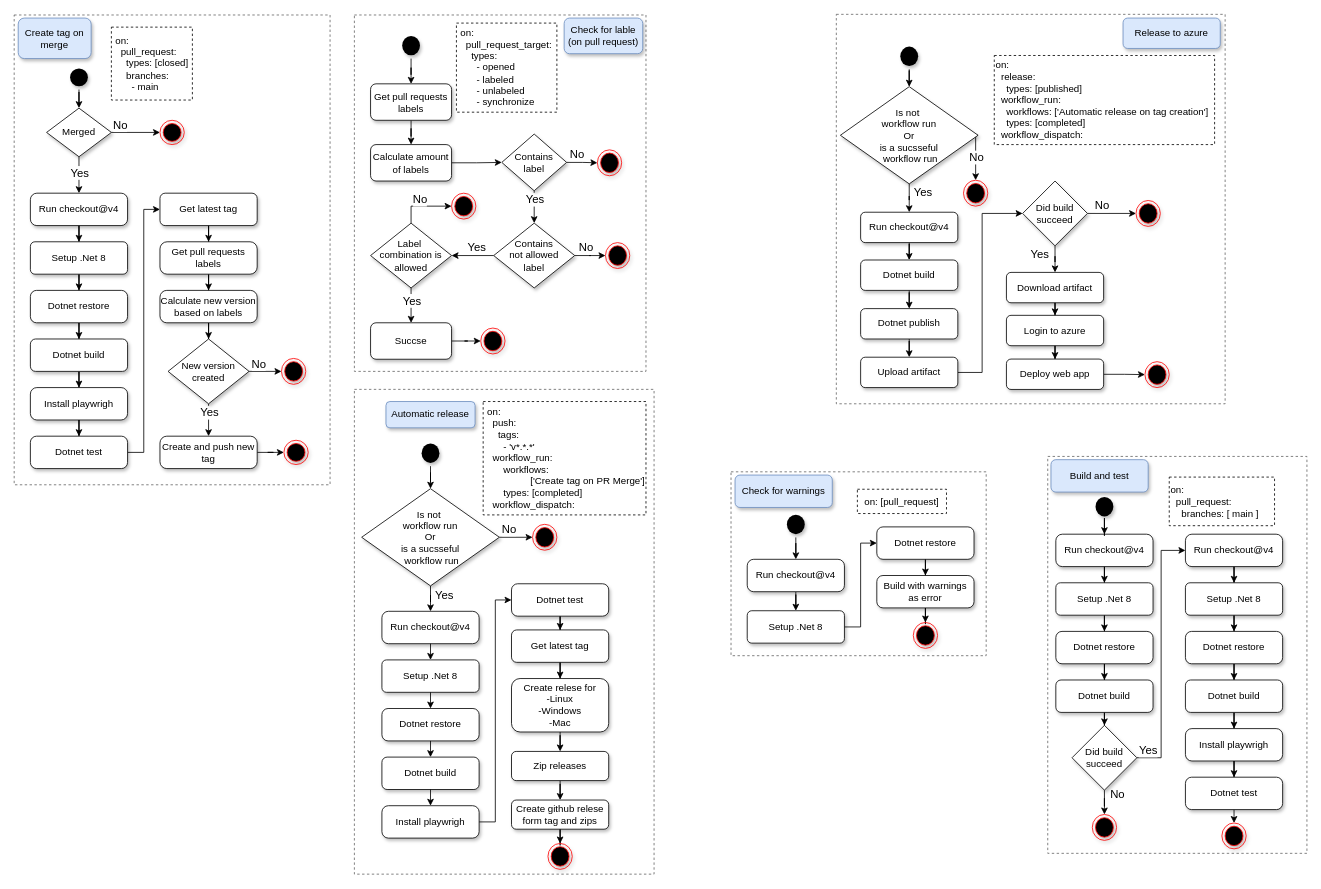
Earlier version of the draw.io diagram docs/models/GithubWorkflows/Github workflows.drawio (ITU-BDSA2024-GROUP10/Chirp). Source tidied: cells renumbered, new cells numbered last; positions are measured from the earlier drawing's top-left corner, leaving out a move shared by most shapes. Both pictures are drawn from the tidied source at 81%, with x=0, y=0 at pixel (14, 14).
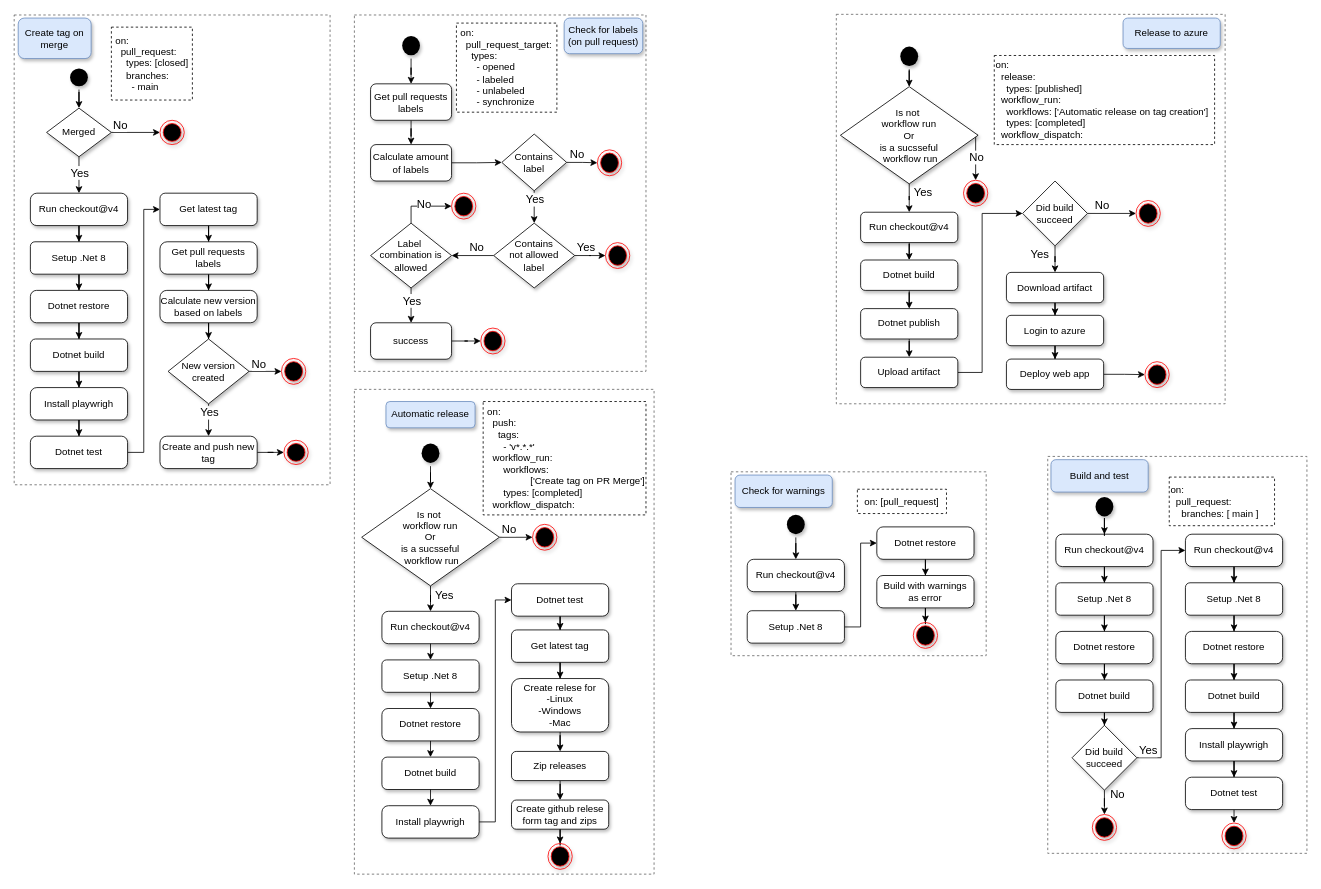
Above is the later version.

Unchanged cells that the change refers to:
```xml
<mxCell id="56" style="edgeStyle=orthogonalEdgeStyle;rounded=0;jettySize=auto;html=1;entryX=0;entryY=0.5;entryDx=0;entryDy=0;" parent="1" edge="1" source="60" target="70">
  <mxGeometry relative="1" as="geometry" />
</mxCell>
<mxCell id="58" style="edgeStyle=orthogonalEdgeStyle;rounded=0;jettySize=auto;html=1;" parent="1" edge="1" source="60" target="65">
  <mxGeometry relative="1" as="geometry" />
</mxCell>
<mxCell id="61" style="edgeStyle=orthogonalEdgeStyle;rounded=0;jettySize=auto;html=1;entryX=0;entryY=0.5;entryDx=0;entryDy=0;" parent="1" edge="1" source="65" target="66">
  <mxGeometry relative="1" as="geometry" />
</mxCell>
```

The edit, as a diff of the source:
```diff
@@
-    <mxCell id="10" value="Check for lable&lt;br&gt;(on pull request)" style="rounded=1;whiteSpace=wrap;html=1;shadow=1;fillColor=#dae8fc;strokeColor=#6c8ebf;" parent="1" vertex="1">
+    <mxCell id="10" value="Check for labels&lt;br&gt;(on pull request)" style="rounded=1;whiteSpace=wrap;html=1;shadow=1;fillColor=#dae8fc;strokeColor=#6c8ebf;" parent="1" vertex="1">
       <mxGeometry x="679" y="4.8" width="97" height="44" as="geometry" />
     </mxCell>
@@
-    <mxCell id="57" value="&lt;font style=&quot;font-size: 14px;&quot;&gt;No&lt;/font&gt;" style="edgeLabel;html=1;align=center;verticalAlign=middle;" parent="56" vertex="1">
+    <mxCell id="57" value="&lt;font style=&quot;font-size: 14px;&quot;&gt;Yes&lt;/font&gt;" style="edgeLabel;html=1;align=center;verticalAlign=middle;" parent="56" vertex="1">
       <mxGeometry x="-0.18" y="3" relative="1" as="geometry">
         <mxPoint x="-4" y="-8" as="offset" />
       </mxGeometry>
     </mxCell>
@@
-    <mxCell id="59" value="&lt;font style=&quot;font-size: 14px;&quot;&gt;Yes&lt;/font&gt;" style="edgeLabel;html=1;align=center;verticalAlign=middle;" parent="58" vertex="1">
+    <mxCell id="59" value="&lt;font style=&quot;font-size: 14px;&quot;&gt;No&lt;/font&gt;" style="edgeLabel;html=1;align=center;verticalAlign=middle;" parent="58" vertex="1">
       <mxGeometry x="-0.42" y="-3" relative="1" as="geometry">
         <mxPoint x="-7" y="-8" as="offset" />
       </mxGeometry>
     </mxCell>
@@
     <mxCell id="62" value="&lt;font style=&quot;font-size: 14px;&quot;&gt;No&lt;/font&gt;" style="edgeLabel;html=1;align=center;verticalAlign=middle;" parent="61" vertex="1">
       <mxGeometry x="-0.14" y="3" relative="1" as="geometry">
-        <mxPoint y="-6" as="offset" />
+        <mxPoint x="5" as="offset" />
       </mxGeometry>
     </mxCell>
@@
-    <mxCell id="68" value="Succse" style="rounded=1;whiteSpace=wrap;html=1;shadow=1;" parent="1" vertex="1">
+    <mxCell id="68" value="success" style="rounded=1;whiteSpace=wrap;html=1;shadow=1;" parent="1" vertex="1">
       <mxGeometry x="440" y="381" width="100" height="45" as="geometry" />
     </mxCell>
```
